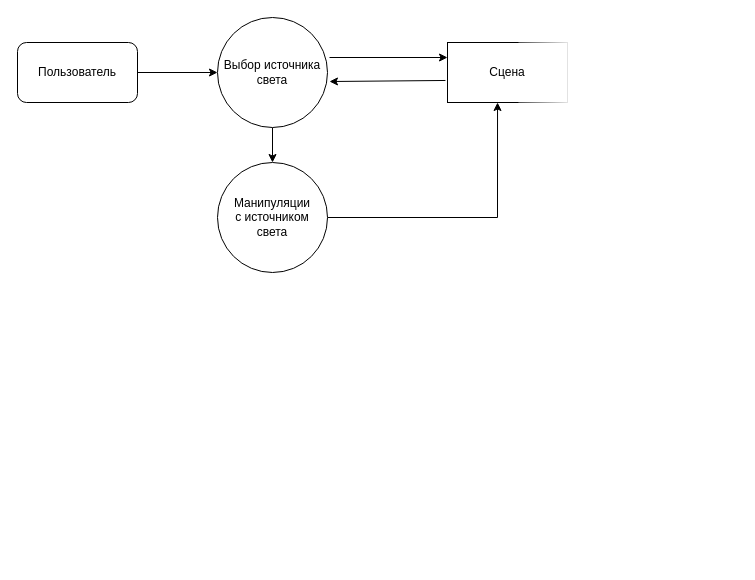
This is page "6. Редактирование источников освещения" (6 of 10) of dfd/dfd.drawio from c0sx/3d-model-viewer-design, a draw.io file, before an edit. Source tidied: cells renumbered, new cells numbered last; positions are measured from the earlier drawing's top-left corner, leaving out a move shared by most shapes. Both pictures are drawn from the tidied source at 100%, with x=0, y=0 at pixel (17, 17).
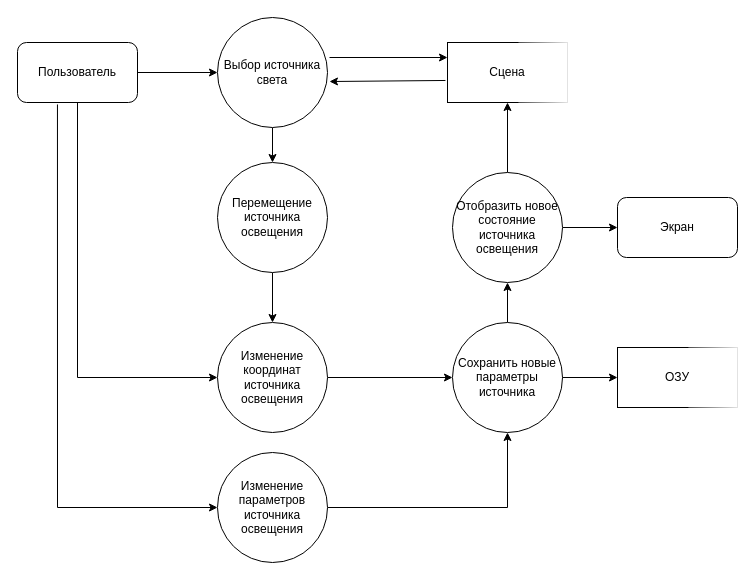
The same page after the edit.

The change refers to these unchanged cells:
```xml
<mxCell id="2" value="Пользователь" style="rounded=1;whiteSpace=wrap;html=1;" parent="1" vertex="1">
  <mxGeometry y="25" width="120" height="60" as="geometry" />
</mxCell>
<mxCell id="6" value="Сцена" style="rounded=0;whiteSpace=wrap;html=1;perimeterSpacing=0;shadow=0;sketch=0;glass=1;direction=south;" parent="1" vertex="1">
  <mxGeometry x="430" y="25" width="120" height="60" as="geometry" />
</mxCell>
```

The edit, as a diff of the source:
```diff
@@
-    <mxCell id="3" style="edgeStyle=orthogonalEdgeStyle;rounded=0;jettySize=auto;html=1;exitX=1;exitY=0.5;exitDx=0;exitDy=0;entryX=1;entryY=0.583;entryDx=0;entryDy=0;entryPerimeter=0;" parent="1" edge="1" source="4" target="6">
+    <mxCell id="3" style="edgeStyle=orthogonalEdgeStyle;rounded=0;jettySize=auto;html=1;exitX=1;exitY=0.5;exitDx=0;exitDy=0;entryX=0;entryY=0.5;entryDx=0;entryDy=0;" parent="1" edge="1" source="12" target="18">
       <mxGeometry relative="1" as="geometry" />
     </mxCell>
+    <mxCell id="11" style="edgeStyle=orthogonalEdgeStyle;rounded=0;jettySize=auto;html=1;" parent="1" edge="1" source="4" target="12">
+      <mxGeometry relative="1" as="geometry" />
+    </mxCell>
-    <mxCell id="4" value="Манипуляции&lt;br&gt;с источником&lt;br&gt;света" style="ellipse;whiteSpace=wrap;html=1;" parent="1" vertex="1">
+    <mxCell id="4" value="Перемещение источника освещения" style="ellipse;whiteSpace=wrap;html=1;" parent="1" vertex="1">
       <mxGeometry x="200" y="145" width="110" height="110" as="geometry" />
     </mxCell>
@@
+    <mxCell id="12" value="Изменение координат источника освещения" style="ellipse;whiteSpace=wrap;html=1;" parent="1" vertex="1">
+      <mxGeometry x="200" y="305" width="110" height="110" as="geometry" />
+    </mxCell>
+    <mxCell id="13" style="endArrow=classic;html=1;exitX=0.5;exitY=1;exitDx=0;exitDy=0;entryX=0;entryY=0.5;entryDx=0;entryDy=0;rounded=0;" parent="1" edge="1" source="2" target="12">
+      <mxGeometry relative="1" as="geometry">
+        <Array as="points">
+          <mxPoint x="60" y="360" />
+        </Array>
+      </mxGeometry>
+    </mxCell>
+    <mxCell id="14" style="edgeStyle=orthogonalEdgeStyle;rounded=0;jettySize=auto;html=1;" parent="1" edge="1" source="15" target="18">
+      <mxGeometry relative="1" as="geometry" />
+    </mxCell>
+    <mxCell id="15" value="Изменение параметров источника освещения" style="ellipse;whiteSpace=wrap;html=1;" parent="1" vertex="1">
+      <mxGeometry x="200" y="435" width="110" height="110" as="geometry" />
+    </mxCell>
+    <mxCell id="16" style="endArrow=classic;html=1;exitX=0.333;exitY=1.033;exitDx=0;exitDy=0;exitPerimeter=0;entryX=0;entryY=0.5;entryDx=0;entryDy=0;rounded=0;" parent="1" edge="1" source="2" target="15">
+      <mxGeometry relative="1" as="geometry">
+        <Array as="points">
+          <mxPoint x="40" y="490" />
+        </Array>
+      </mxGeometry>
+    </mxCell>
+    <mxCell id="17" style="edgeStyle=orthogonalEdgeStyle;rounded=0;jettySize=auto;html=1;" parent="1" edge="1" source="18" target="23">
+      <mxGeometry relative="1" as="geometry" />
+    </mxCell>
+    <mxCell id="18" value="Сохранить новые параметры источника" style="ellipse;whiteSpace=wrap;html=1;" parent="1" vertex="1">
+      <mxGeometry x="435" y="305" width="110" height="110" as="geometry" />
+    </mxCell>
+    <mxCell id="19" style="endArrow=classic;html=1;exitX=1;exitY=0.5;exitDx=0;exitDy=0;" parent="1" edge="1" source="18">
+      <mxGeometry relative="1" as="geometry">
+        <mxPoint x="600" y="360" as="targetPoint" />
+      </mxGeometry>
+    </mxCell>
+    <mxCell id="20" value="ОЗУ" style="rounded=0;whiteSpace=wrap;html=1;perimeterSpacing=0;shadow=0;sketch=0;glass=1;direction=south;" parent="1" vertex="1">
+      <mxGeometry x="600" y="330" width="120" height="60" as="geometry" />
+    </mxCell>
+    <mxCell id="21" style="edgeStyle=orthogonalEdgeStyle;rounded=0;jettySize=auto;html=1;" parent="1" edge="1" source="23" target="6">
+      <mxGeometry relative="1" as="geometry" />
+    </mxCell>
+    <mxCell id="22" style="edgeStyle=orthogonalEdgeStyle;rounded=0;jettySize=auto;html=1;" parent="1" edge="1" source="23" target="24">
+      <mxGeometry relative="1" as="geometry" />
+    </mxCell>
+    <mxCell id="23" value="Отобразить новое состояние источника освещения" style="ellipse;whiteSpace=wrap;html=1;" parent="1" vertex="1">
+      <mxGeometry x="435" y="155" width="110" height="110" as="geometry" />
+    </mxCell>
+    <mxCell id="24" value="Экран" style="rounded=1;whiteSpace=wrap;html=1;" parent="1" vertex="1">
+      <mxGeometry x="600" y="180" width="120" height="60" as="geometry" />
+    </mxCell>
```
